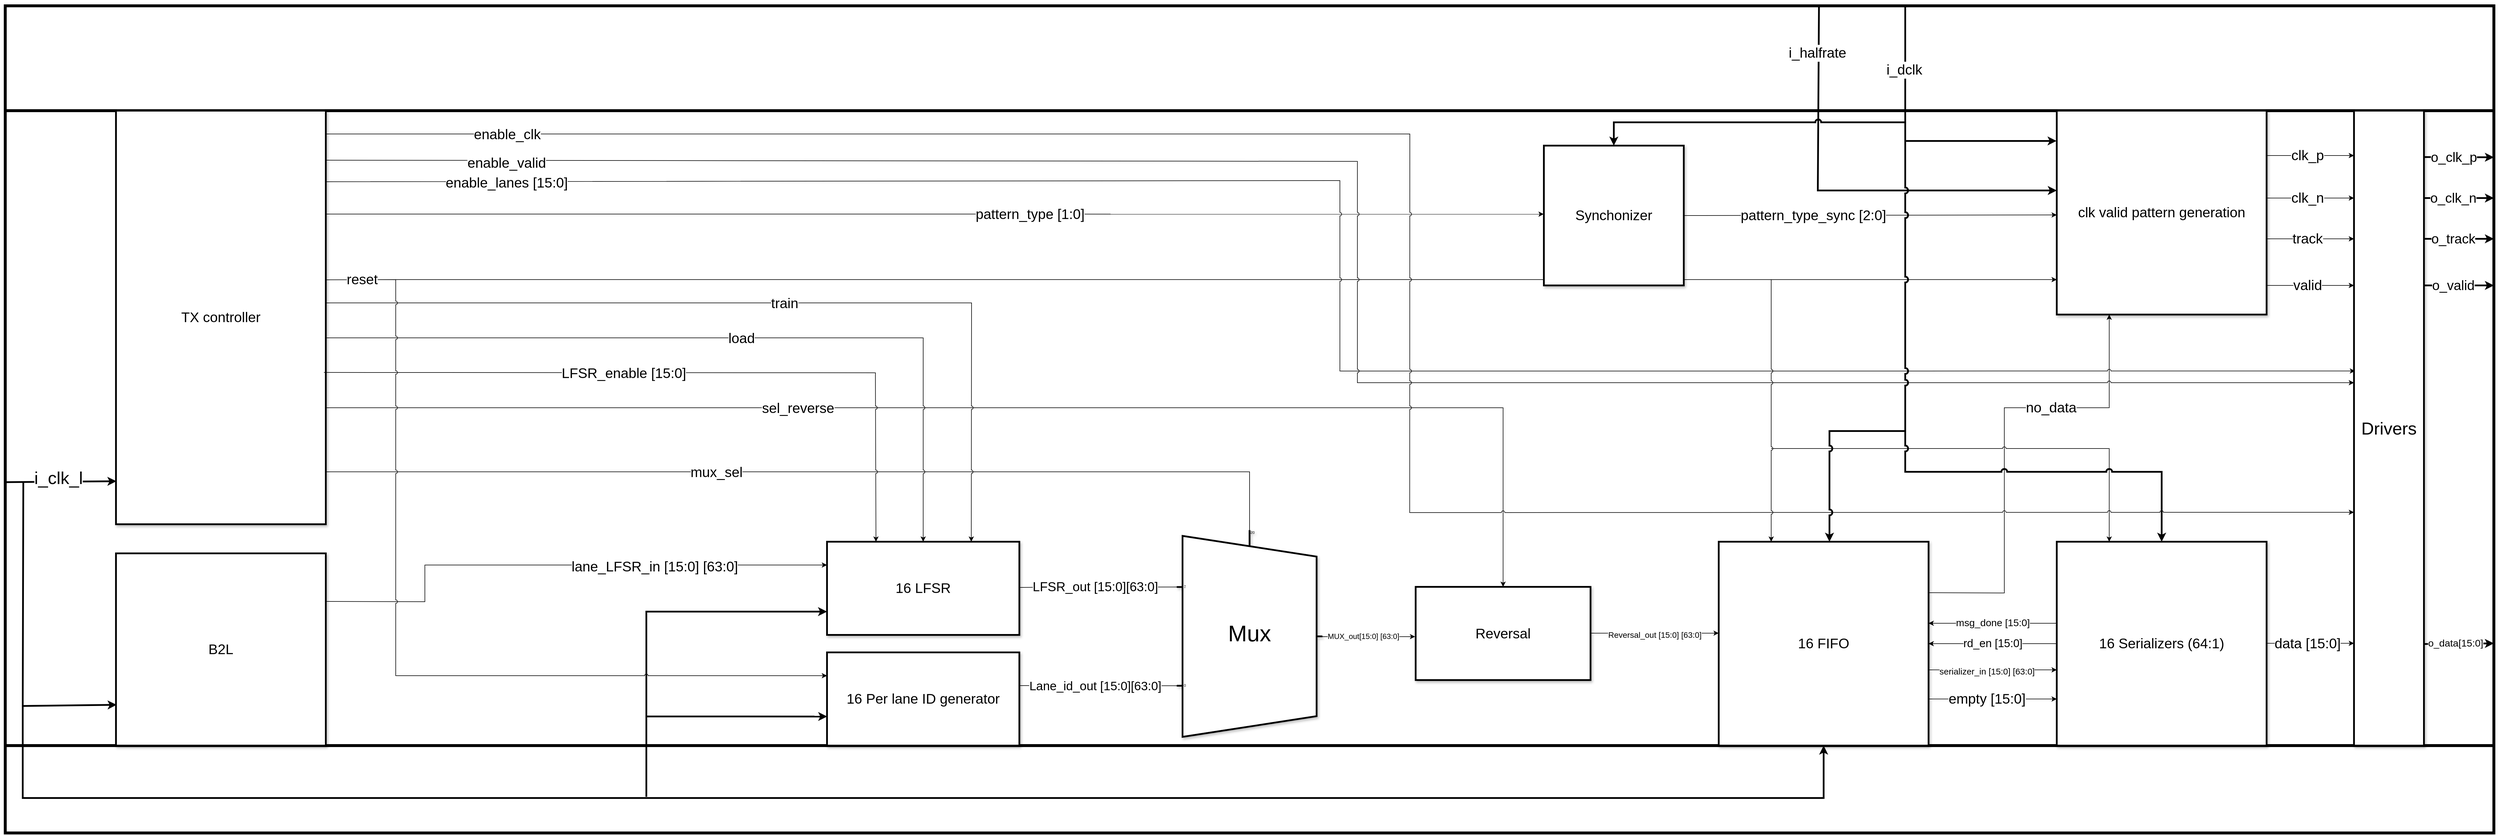
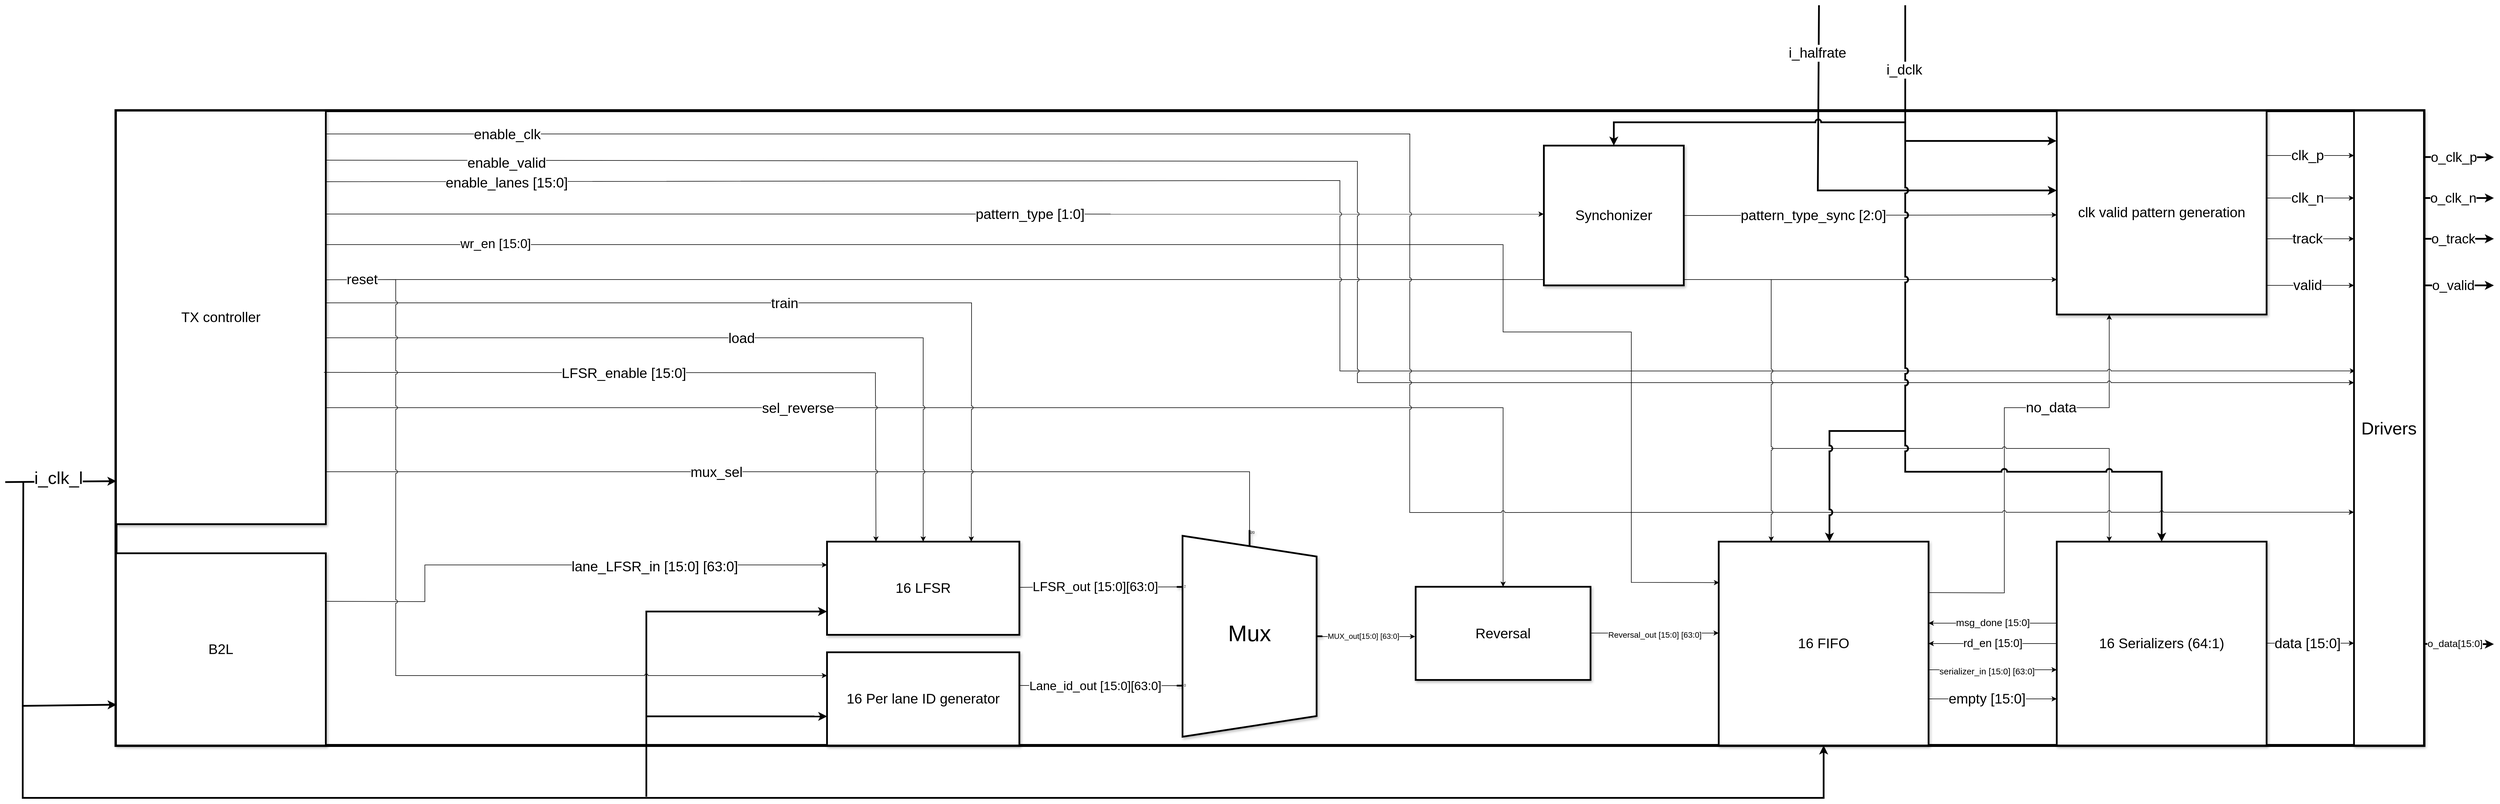
<mxfile host="65bd71144e">
    <diagram id="ARh5Sdh2C6SgtD2m0Pad" name="Page-1">
-         <mxGraphModel dx="3996" dy="2078" grid="1" gridSize="10" guides="1" tooltips="1" connect="1" arrows="1" fold="1" page="1" pageScale="1" pageWidth="850" pageHeight="1100" math="0" shadow="0">
+         <mxGraphModel dx="5179" dy="2878" grid="1" gridSize="10" guides="1" tooltips="1" connect="1" arrows="1" fold="1" page="1" pageScale="1" pageWidth="850" pageHeight="1100" math="0" shadow="0">
            <root>
                <mxCell id="0"/>
                <mxCell id="1" parent="0"/>
-                 <mxCell id="46" value="" style="rounded=0;whiteSpace=wrap;html=1;strokeWidth=5;" parent="1" vertex="1">
-                     <mxGeometry x="-1730" y="-180" width="4270" height="1420" as="geometry"/>
-                 </mxCell>
                <mxCell id="2" value="" style="rounded=0;whiteSpace=wrap;html=1;strokeWidth=5;" parent="1" vertex="1">
-                     <mxGeometry x="-1730" width="4270" height="1090" as="geometry"/>
+                     <mxGeometry x="-1540" width="3960" height="1090" as="geometry"/>
                </mxCell>
                <mxCell id="3" value="&lt;font style=&quot;font-size: 30px;&quot;&gt;Drivers&lt;/font&gt;" style="rounded=0;whiteSpace=wrap;html=1;strokeWidth=3;shadow=1;" parent="1" vertex="1">
                    <mxGeometry x="2300" width="120" height="1090" as="geometry"/>
                </mxCell>
                <mxCell id="4" value="" style="endArrow=classic;html=1;exitX=1.003;exitY=0.073;exitDx=0;exitDy=0;exitPerimeter=0;strokeWidth=3;" parent="1" source="3" edge="1">
                    <mxGeometry width="50" height="50" relative="1" as="geometry">
                        <mxPoint x="2010" y="400" as="sourcePoint"/>
                        <mxPoint x="2540" y="80" as="targetPoint"/>
                    </mxGeometry>
                </mxCell>
                <mxCell id="6" value="&lt;font style=&quot;font-size: 23px;&quot;&gt;o_clk_p&lt;/font&gt;" style="edgeLabel;html=1;align=center;verticalAlign=middle;resizable=0;points=[];" parent="4" vertex="1" connectable="0">
                    <mxGeometry x="0.4869" y="-2" relative="1" as="geometry">
                        <mxPoint x="-39" y="-2" as="offset"/>
                    </mxGeometry>
                </mxCell>
                <mxCell id="7" value="" style="endArrow=classic;html=1;strokeWidth=3;" parent="1" edge="1">
                    <mxGeometry width="50" height="50" relative="1" as="geometry">
                        <mxPoint x="2420" y="150" as="sourcePoint"/>
                        <mxPoint x="2540" y="150" as="targetPoint"/>
                    </mxGeometry>
                </mxCell>
                <mxCell id="8" value="&lt;font style=&quot;font-size: 23px;&quot;&gt;o_clk_n&lt;/font&gt;" style="edgeLabel;html=1;align=center;verticalAlign=middle;resizable=0;points=[];" parent="7" vertex="1" connectable="0">
                    <mxGeometry x="0.4869" y="-2" relative="1" as="geometry">
                        <mxPoint x="-39" y="-2" as="offset"/>
                    </mxGeometry>
                </mxCell>
                <mxCell id="9" value="" style="endArrow=classic;html=1;exitX=1.003;exitY=0.073;exitDx=0;exitDy=0;exitPerimeter=0;strokeWidth=3;" parent="1" edge="1">
                    <mxGeometry width="50" height="50" relative="1" as="geometry">
                        <mxPoint x="2420" y="220" as="sourcePoint"/>
                        <mxPoint x="2540" y="220" as="targetPoint"/>
                    </mxGeometry>
                </mxCell>
                <mxCell id="10" value="&lt;font style=&quot;font-size: 23px;&quot;&gt;o_track&lt;/font&gt;" style="edgeLabel;html=1;align=center;verticalAlign=middle;resizable=0;points=[];" parent="9" vertex="1" connectable="0">
                    <mxGeometry x="0.4869" y="-2" relative="1" as="geometry">
                        <mxPoint x="-39" y="-2" as="offset"/>
                    </mxGeometry>
                </mxCell>
-                 <mxCell id="11" value="" style="endArrow=classic;html=1;entryX=1;entryY=0.839;entryDx=0;entryDy=0;entryPerimeter=0;exitX=0.994;exitY=0.852;exitDx=0;exitDy=0;exitPerimeter=0;strokeWidth=3;" parent="1" target="2" edge="1">
+                 <mxCell id="11" value="" style="endArrow=classic;html=1;exitX=0.994;exitY=0.852;exitDx=0;exitDy=0;exitPerimeter=0;strokeWidth=3;" parent="1" edge="1">
                    <mxGeometry width="50" height="50" relative="1" as="geometry">
                        <mxPoint x="2419.2799999999997" y="915.6800000000003" as="sourcePoint"/>
-                         <mxPoint x="2550" y="913" as="targetPoint"/>
+                         <mxPoint x="2540" y="916" as="targetPoint"/>
                    </mxGeometry>
                </mxCell>
                <mxCell id="12" value="&lt;font style=&quot;font-size: 17px;&quot;&gt;o_data[15:0]&lt;/font&gt;" style="edgeLabel;html=1;align=center;verticalAlign=middle;resizable=0;points=[];" parent="11" vertex="1" connectable="0">
                    <mxGeometry x="0.4869" y="-2" relative="1" as="geometry">
                        <mxPoint x="-36" y="-2" as="offset"/>
                    </mxGeometry>
                </mxCell>
                <mxCell id="18" value="&lt;font style=&quot;font-size: 24px;&quot;&gt;clk valid pattern generation&lt;/font&gt;" style="rounded=0;whiteSpace=wrap;html=1;strokeWidth=3;fillColor=#FFFFFF;shadow=1;" parent="1" vertex="1">
                    <mxGeometry x="1790" width="360" height="350" as="geometry"/>
                </mxCell>
                <mxCell id="19" value="" style="endArrow=classic;html=1;exitX=1.003;exitY=0.073;exitDx=0;exitDy=0;exitPerimeter=0;strokeWidth=3;" parent="1" edge="1">
                    <mxGeometry width="50" height="50" relative="1" as="geometry">
                        <mxPoint x="2419" y="300" as="sourcePoint"/>
                        <mxPoint x="2540" y="300" as="targetPoint"/>
                    </mxGeometry>
                </mxCell>
                <mxCell id="20" value="&lt;font style=&quot;font-size: 23px;&quot;&gt;o_valid&lt;/font&gt;" style="edgeLabel;html=1;align=center;verticalAlign=middle;resizable=0;points=[];" parent="19" vertex="1" connectable="0">
                    <mxGeometry x="0.4869" y="-2" relative="1" as="geometry">
                        <mxPoint x="-39" y="-2" as="offset"/>
                    </mxGeometry>
                </mxCell>
                <mxCell id="21" value="" style="endArrow=classic;html=1;entryX=1;entryY=1;entryDx=0;entryDy=0;exitX=0;exitY=1;exitDx=0;exitDy=0;rounded=0;strokeColor=default;strokeWidth=1;align=center;verticalAlign=middle;fontFamily=Helvetica;fontSize=11;fontColor=default;labelBackgroundColor=default;curved=0;" parent="1" edge="1">
                    <mxGeometry width="50" height="50" relative="1" as="geometry">
                        <mxPoint x="2150" y="77" as="sourcePoint"/>
                        <mxPoint x="2300" y="77" as="targetPoint"/>
                    </mxGeometry>
                </mxCell>
                <mxCell id="23" value="&lt;font style=&quot;font-size: 24px;&quot;&gt;clk_p&lt;/font&gt;" style="edgeLabel;html=1;align=center;verticalAlign=middle;resizable=0;points=[];rounded=0;strokeColor=default;strokeWidth=3;fontFamily=Helvetica;fontSize=11;fontColor=default;labelBackgroundColor=default;" parent="21" vertex="1" connectable="0">
                    <mxGeometry x="-0.4867" relative="1" as="geometry">
                        <mxPoint x="31" as="offset"/>
                    </mxGeometry>
                </mxCell>
                <mxCell id="24" value="" style="endArrow=classic;html=1;entryX=1;entryY=1;entryDx=0;entryDy=0;exitX=0;exitY=1;exitDx=0;exitDy=0;rounded=0;strokeColor=default;strokeWidth=1;align=center;verticalAlign=middle;fontFamily=Helvetica;fontSize=11;fontColor=default;labelBackgroundColor=default;curved=0;" parent="1" edge="1">
                    <mxGeometry width="50" height="50" relative="1" as="geometry">
                        <mxPoint x="2150" y="150" as="sourcePoint"/>
                        <mxPoint x="2300" y="150" as="targetPoint"/>
                    </mxGeometry>
                </mxCell>
                <mxCell id="25" value="&lt;font style=&quot;font-size: 24px;&quot;&gt;clk_n&lt;/font&gt;" style="edgeLabel;html=1;align=center;verticalAlign=middle;resizable=0;points=[];rounded=0;strokeColor=default;strokeWidth=3;fontFamily=Helvetica;fontSize=11;fontColor=default;labelBackgroundColor=default;" parent="24" vertex="1" connectable="0">
                    <mxGeometry x="-0.4867" relative="1" as="geometry">
                        <mxPoint x="31" as="offset"/>
                    </mxGeometry>
                </mxCell>
                <mxCell id="26" value="" style="endArrow=classic;html=1;entryX=1;entryY=1;entryDx=0;entryDy=0;exitX=0;exitY=1;exitDx=0;exitDy=0;rounded=0;strokeColor=default;strokeWidth=1;align=center;verticalAlign=middle;fontFamily=Helvetica;fontSize=11;fontColor=default;labelBackgroundColor=default;curved=0;" parent="1" edge="1">
                    <mxGeometry width="50" height="50" relative="1" as="geometry">
                        <mxPoint x="2150" y="220" as="sourcePoint"/>
                        <mxPoint x="2300" y="220" as="targetPoint"/>
                    </mxGeometry>
                </mxCell>
                <mxCell id="27" value="&lt;font style=&quot;font-size: 24px;&quot;&gt;track&lt;/font&gt;" style="edgeLabel;html=1;align=center;verticalAlign=middle;resizable=0;points=[];rounded=0;strokeColor=default;strokeWidth=3;fontFamily=Helvetica;fontSize=11;fontColor=default;labelBackgroundColor=default;" parent="26" vertex="1" connectable="0">
                    <mxGeometry x="-0.4867" relative="1" as="geometry">
                        <mxPoint x="31" as="offset"/>
                    </mxGeometry>
                </mxCell>
                <mxCell id="28" value="" style="endArrow=classic;html=1;entryX=1;entryY=1;entryDx=0;entryDy=0;exitX=0;exitY=1;exitDx=0;exitDy=0;rounded=0;strokeColor=default;strokeWidth=1;align=center;verticalAlign=middle;fontFamily=Helvetica;fontSize=11;fontColor=default;labelBackgroundColor=default;curved=0;" parent="1" edge="1">
                    <mxGeometry width="50" height="50" relative="1" as="geometry">
                        <mxPoint x="2150" y="300" as="sourcePoint"/>
                        <mxPoint x="2300" y="300" as="targetPoint"/>
                    </mxGeometry>
                </mxCell>
                <mxCell id="29" value="&lt;font style=&quot;font-size: 24px;&quot;&gt;valid&lt;/font&gt;" style="edgeLabel;html=1;align=center;verticalAlign=middle;resizable=0;points=[];rounded=0;strokeColor=default;strokeWidth=3;fontFamily=Helvetica;fontSize=11;fontColor=default;labelBackgroundColor=default;" parent="28" vertex="1" connectable="0">
                    <mxGeometry x="-0.4867" relative="1" as="geometry">
                        <mxPoint x="31" as="offset"/>
                    </mxGeometry>
                </mxCell>
                <mxCell id="31" value="&lt;font style=&quot;font-size: 24px;&quot;&gt;16 Serializers (64:1)&lt;/font&gt;" style="rounded=0;whiteSpace=wrap;html=1;strokeWidth=3;fillColor=#FFFFFF;shadow=1;" parent="1" vertex="1">
                    <mxGeometry x="1790" y="740" width="360" height="350" as="geometry"/>
                </mxCell>
                <mxCell id="33" value="" style="endArrow=classic;html=1;entryX=1;entryY=1;entryDx=0;entryDy=0;exitX=0;exitY=1;exitDx=0;exitDy=0;rounded=0;strokeColor=default;strokeWidth=1;align=center;verticalAlign=middle;fontFamily=Helvetica;fontSize=11;fontColor=default;labelBackgroundColor=default;curved=0;" parent="1" edge="1">
                    <mxGeometry width="50" height="50" relative="1" as="geometry">
                        <mxPoint x="2150" y="914.41" as="sourcePoint"/>
                        <mxPoint x="2300" y="914.41" as="targetPoint"/>
                    </mxGeometry>
                </mxCell>
                <mxCell id="34" value="&lt;font style=&quot;font-size: 24px;&quot;&gt;data [15:0]&lt;/font&gt;" style="edgeLabel;html=1;align=center;verticalAlign=middle;resizable=0;points=[];rounded=0;strokeColor=default;strokeWidth=3;fontFamily=Helvetica;fontSize=11;fontColor=default;labelBackgroundColor=default;" parent="33" vertex="1" connectable="0">
                    <mxGeometry x="-0.4867" relative="1" as="geometry">
                        <mxPoint x="31" as="offset"/>
                    </mxGeometry>
                </mxCell>
                <mxCell id="35" value="&lt;font style=&quot;font-size: 39px;&quot;&gt;Mux&lt;/font&gt;" style="shadow=1;dashed=0;align=center;html=1;strokeWidth=3;shape=mxgraph.electrical.abstract.mux2;whiteSpace=wrap;flipV=1;" parent="1" vertex="1">
                    <mxGeometry x="280" y="720" width="250" height="355" as="geometry"/>
                </mxCell>
                <mxCell id="36" value="&lt;font style=&quot;font-size: 24px;&quot;&gt;16 LFSR&lt;/font&gt;" style="rounded=0;whiteSpace=wrap;html=1;strokeWidth=3;fillColor=#FFFFFF;shadow=1;" parent="1" vertex="1">
                    <mxGeometry x="-320" y="740" width="330" height="160" as="geometry"/>
                </mxCell>
                <mxCell id="37" value="&lt;font style=&quot;font-size: 24px;&quot;&gt;16 Per lane ID generator&lt;/font&gt;" style="rounded=0;whiteSpace=wrap;html=1;strokeWidth=3;fillColor=#FFFFFF;shadow=1;" parent="1" vertex="1">
                    <mxGeometry x="-320" y="930" width="330" height="160" as="geometry"/>
                </mxCell>
                <mxCell id="38" value="&lt;font style=&quot;font-size: 24px;&quot;&gt;B2L&lt;/font&gt;" style="rounded=0;whiteSpace=wrap;html=1;strokeWidth=3;fillColor=#FFFFFF;shadow=1;" parent="1" vertex="1">
                    <mxGeometry x="-1540" y="760" width="360" height="330" as="geometry"/>
                </mxCell>
                <mxCell id="40" value="&lt;font style=&quot;font-size: 24px;&quot;&gt;TX controller&lt;/font&gt;" style="rounded=0;whiteSpace=wrap;html=1;strokeWidth=3;fillColor=#FFFFFF;shadow=1;" parent="1" vertex="1">
                    <mxGeometry x="-1540" width="360" height="710" as="geometry"/>
                </mxCell>
                <mxCell id="43" value="&lt;font style=&quot;font-size: 24px;&quot;&gt;16 FIFO&lt;/font&gt;" style="rounded=0;whiteSpace=wrap;html=1;strokeWidth=3;fillColor=#FFFFFF;shadow=1;" parent="1" vertex="1">
                    <mxGeometry x="1210" y="740" width="360" height="350" as="geometry"/>
                </mxCell>
                <mxCell id="47" value="" style="endArrow=classic;html=1;entryX=-0.001;entryY=0.257;entryDx=0;entryDy=0;exitX=0;exitY=0;exitDx=0;exitDy=0;rounded=0;curved=0;strokeWidth=3;entryPerimeter=0;" parent="1" edge="1">
                    <mxGeometry width="50" height="50" relative="1" as="geometry">
                        <mxPoint x="1530" y="-181" as="sourcePoint"/>
                        <mxPoint x="1789.6400000000003" y="51.95000000000027" as="targetPoint"/>
                        <Array as="points">
                            <mxPoint x="1530" y="52"/>
                        </Array>
                    </mxGeometry>
                </mxCell>
                <mxCell id="49" value="&lt;font style=&quot;font-size: 24px;&quot;&gt;i_dclk&lt;/font&gt;" style="edgeLabel;html=1;align=center;verticalAlign=middle;resizable=0;points=[];" parent="47" vertex="1" connectable="0">
                    <mxGeometry x="-0.5519" y="-2" relative="1" as="geometry">
                        <mxPoint as="offset"/>
                    </mxGeometry>
                </mxCell>
                <mxCell id="50" value="" style="endArrow=classic;html=1;entryX=1;entryY=1;entryDx=0;entryDy=0;exitX=0;exitY=0;exitDx=0;exitDy=0;rounded=0;curved=0;strokeWidth=3;" parent="1" edge="1">
                    <mxGeometry width="50" height="50" relative="1" as="geometry">
                        <mxPoint x="1382" y="-181" as="sourcePoint"/>
                        <mxPoint x="1790" y="136.99999999999977" as="targetPoint"/>
                        <Array as="points">
                            <mxPoint x="1380" y="137"/>
                        </Array>
                    </mxGeometry>
                </mxCell>
                <mxCell id="51" value="&lt;font style=&quot;font-size: 24px;&quot;&gt;i_halfrate&lt;/font&gt;" style="edgeLabel;html=1;align=center;verticalAlign=middle;resizable=0;points=[];" parent="50" vertex="1" connectable="0">
                    <mxGeometry x="-0.5519" y="-2" relative="1" as="geometry">
                        <mxPoint y="-81" as="offset"/>
                    </mxGeometry>
                </mxCell>
                <mxCell id="53" value="" style="endArrow=classic;html=1;entryX=0.25;entryY=1;entryDx=0;entryDy=0;exitX=1;exitY=0.25;exitDx=0;exitDy=0;rounded=0;curved=0;strokeColor=default;strokeWidth=1;align=center;verticalAlign=middle;fontFamily=Helvetica;fontSize=11;fontColor=default;labelBackgroundColor=default;" parent="1" source="43" target="18" edge="1">
                    <mxGeometry width="50" height="50" relative="1" as="geometry">
                        <mxPoint x="1590" y="850" as="sourcePoint"/>
                        <mxPoint x="1640" y="800" as="targetPoint"/>
                        <Array as="points">
                            <mxPoint x="1700" y="828"/>
                            <mxPoint x="1700" y="510"/>
                            <mxPoint x="1880" y="510"/>
                        </Array>
                    </mxGeometry>
                </mxCell>
                <mxCell id="55" value="&lt;font style=&quot;font-size: 24px;&quot;&gt;no_data&lt;/font&gt;" style="edgeLabel;html=1;align=center;verticalAlign=middle;resizable=0;points=[];rounded=0;strokeColor=default;strokeWidth=3;fontFamily=Helvetica;fontSize=11;fontColor=default;labelBackgroundColor=default;" parent="53" vertex="1" connectable="0">
                    <mxGeometry x="0.3863" y="1" relative="1" as="geometry">
                        <mxPoint x="-18" y="1" as="offset"/>
                    </mxGeometry>
                </mxCell>
                <mxCell id="57" value="" style="endArrow=classic;html=1;exitX=1;exitY=0.5;exitDx=0;exitDy=0;entryX=1;entryY=1;entryDx=0;entryDy=0;rounded=0;strokeColor=default;strokeWidth=1;align=center;verticalAlign=middle;fontFamily=Helvetica;fontSize=11;fontColor=default;labelBackgroundColor=default;curved=0;" parent="1" source="44" edge="1">
                    <mxGeometry width="50" height="50" relative="1" as="geometry">
                        <mxPoint x="1510" y="280" as="sourcePoint"/>
                        <mxPoint x="1790" y="179" as="targetPoint"/>
                    </mxGeometry>
                </mxCell>
                <mxCell id="59" value="&lt;font style=&quot;font-size: 24px;&quot;&gt;pattern_type_sync [2:0]&lt;/font&gt;" style="edgeLabel;html=1;align=center;verticalAlign=middle;resizable=0;points=[];rounded=0;strokeColor=default;strokeWidth=3;fontFamily=Helvetica;fontSize=11;fontColor=default;labelBackgroundColor=default;" parent="57" vertex="1" connectable="0">
                    <mxGeometry x="-0.3073" relative="1" as="geometry">
                        <mxPoint as="offset"/>
                    </mxGeometry>
                </mxCell>
                <mxCell id="70" value="" style="endArrow=classic;html=1;exitX=0.5;exitY=0;exitDx=0;exitDy=0;rounded=0;curved=0;strokeColor=default;strokeWidth=3;align=center;verticalAlign=middle;fontFamily=Helvetica;fontSize=11;fontColor=default;labelBackgroundColor=default;entryX=0.5;entryY=0;entryDx=0;entryDy=0;jumpStyle=arc;" parent="1" target="44" edge="1">
                    <mxGeometry width="50" height="50" relative="1" as="geometry">
                        <mxPoint x="1530" y="20" as="sourcePoint"/>
                        <mxPoint x="1300" y="20" as="targetPoint"/>
                        <Array as="points">
                            <mxPoint x="1030" y="20"/>
                        </Array>
                    </mxGeometry>
                </mxCell>
                <mxCell id="72" value="" style="endArrow=classic;html=1;entryX=1;entryY=0.5;entryDx=0;entryDy=0;exitX=0;exitY=0.5;exitDx=0;exitDy=0;rounded=0;strokeColor=default;strokeWidth=1;align=center;verticalAlign=middle;fontFamily=Helvetica;fontSize=11;fontColor=default;labelBackgroundColor=default;curved=0;" parent="1" source="31" target="43" edge="1">
                    <mxGeometry width="50" height="50" relative="1" as="geometry">
                        <mxPoint x="1730" y="870" as="sourcePoint"/>
                        <mxPoint x="1680" y="920" as="targetPoint"/>
                    </mxGeometry>
                </mxCell>
                <mxCell id="74" value="&lt;font style=&quot;font-size: 19px;&quot;&gt;rd_en [15:0]&lt;/font&gt;" style="edgeLabel;html=1;align=center;verticalAlign=middle;resizable=0;points=[];" parent="72" vertex="1" connectable="0">
                    <mxGeometry x="-0.4618" y="-1" relative="1" as="geometry">
                        <mxPoint x="-51" y="1" as="offset"/>
                    </mxGeometry>
                </mxCell>
                <mxCell id="75" value="" style="endArrow=classic;html=1;entryX=1;entryY=0.5;entryDx=0;entryDy=0;exitX=0;exitY=0.5;exitDx=0;exitDy=0;rounded=0;strokeColor=default;strokeWidth=1;align=center;verticalAlign=middle;fontFamily=Helvetica;fontSize=11;fontColor=default;labelBackgroundColor=default;curved=0;" parent="1" edge="1">
                    <mxGeometry width="50" height="50" relative="1" as="geometry">
                        <mxPoint x="1570" y="960" as="sourcePoint"/>
                        <mxPoint x="1790" y="960" as="targetPoint"/>
                    </mxGeometry>
                </mxCell>
                <mxCell id="76" value="&lt;font style=&quot;font-size: 15px;&quot;&gt;serializer_in [15:0] [63:0]&lt;/font&gt;" style="edgeLabel;html=1;align=center;verticalAlign=middle;resizable=0;points=[];" parent="75" vertex="1" connectable="0">
                    <mxGeometry x="-0.4618" y="-1" relative="1" as="geometry">
                        <mxPoint x="41" y="1" as="offset"/>
                    </mxGeometry>
                </mxCell>
                <mxCell id="77" value="" style="endArrow=classic;html=1;entryX=1;entryY=0.5;entryDx=0;entryDy=0;exitX=0;exitY=0.5;exitDx=0;exitDy=0;rounded=0;strokeColor=default;strokeWidth=1;align=center;verticalAlign=middle;fontFamily=Helvetica;fontSize=11;fontColor=default;labelBackgroundColor=default;curved=0;" parent="1" edge="1">
                    <mxGeometry width="50" height="50" relative="1" as="geometry">
                        <mxPoint x="1570" y="1010" as="sourcePoint"/>
                        <mxPoint x="1790" y="1010" as="targetPoint"/>
                    </mxGeometry>
                </mxCell>
                <mxCell id="78" value="&lt;font style=&quot;font-size: 24px;&quot;&gt;empty [15:0]&lt;/font&gt;" style="edgeLabel;html=1;align=center;verticalAlign=middle;resizable=0;points=[];" parent="77" vertex="1" connectable="0">
                    <mxGeometry x="-0.4618" y="-1" relative="1" as="geometry">
                        <mxPoint x="41" y="-1" as="offset"/>
                    </mxGeometry>
                </mxCell>
                <mxCell id="79" value="" style="endArrow=classic;html=1;entryX=1;entryY=0.5;entryDx=0;entryDy=0;exitX=0;exitY=0.5;exitDx=0;exitDy=0;rounded=0;strokeColor=default;strokeWidth=1;align=center;verticalAlign=middle;fontFamily=Helvetica;fontSize=11;fontColor=default;labelBackgroundColor=default;curved=0;" parent="1" edge="1">
                    <mxGeometry width="50" height="50" relative="1" as="geometry">
                        <mxPoint x="1790" y="880" as="sourcePoint"/>
                        <mxPoint x="1570" y="880" as="targetPoint"/>
                    </mxGeometry>
                </mxCell>
                <mxCell id="80" value="&lt;font style=&quot;font-size: 17px;&quot;&gt;msg_done [15:0]&lt;/font&gt;" style="edgeLabel;html=1;align=center;verticalAlign=middle;resizable=0;points=[];" parent="79" vertex="1" connectable="0">
                    <mxGeometry x="-0.4618" y="-1" relative="1" as="geometry">
                        <mxPoint x="-51" y="1" as="offset"/>
                    </mxGeometry>
                </mxCell>
                <mxCell id="81" value="&lt;font style=&quot;font-size: 24px;&quot;&gt;Reversal&lt;/font&gt;" style="rounded=0;whiteSpace=wrap;html=1;strokeWidth=3;fillColor=#FFFFFF;shadow=1;" parent="1" vertex="1">
                    <mxGeometry x="690" y="817.5" width="300" height="160" as="geometry"/>
                </mxCell>
                <mxCell id="82" value="" style="endArrow=classic;html=1;entryX=1;entryY=0.5;entryDx=0;entryDy=0;exitX=0;exitY=0.5;exitDx=0;exitDy=0;rounded=0;strokeColor=default;strokeWidth=1;align=center;verticalAlign=middle;fontFamily=Helvetica;fontSize=11;fontColor=default;labelBackgroundColor=default;curved=0;" parent="1" edge="1">
                    <mxGeometry width="50" height="50" relative="1" as="geometry">
                        <mxPoint x="990" y="896.94" as="sourcePoint"/>
                        <mxPoint x="1210" y="896.94" as="targetPoint"/>
                    </mxGeometry>
                </mxCell>
                <mxCell id="83" value="&lt;font style=&quot;font-size: 14px;&quot;&gt;Reversal_out [15:0] [63:0]&lt;/font&gt;" style="edgeLabel;html=1;align=center;verticalAlign=middle;resizable=0;points=[];" parent="82" vertex="1" connectable="0">
                    <mxGeometry x="-0.4618" y="-1" relative="1" as="geometry">
                        <mxPoint x="51" y="2" as="offset"/>
                    </mxGeometry>
                </mxCell>
                <mxCell id="86" value="" style="endArrow=classic;html=1;entryX=-0.003;entryY=0.534;entryDx=0;entryDy=0;exitX=0;exitY=0.5;exitDx=0;exitDy=0;rounded=0;strokeColor=default;strokeWidth=1;align=center;verticalAlign=middle;fontFamily=Helvetica;fontSize=11;fontColor=default;labelBackgroundColor=default;curved=0;entryPerimeter=0;" parent="1" target="81" edge="1">
                    <mxGeometry width="50" height="50" relative="1" as="geometry">
                        <mxPoint x="530" y="902.94" as="sourcePoint"/>
                        <mxPoint x="750" y="902.94" as="targetPoint"/>
                    </mxGeometry>
                </mxCell>
                <mxCell id="87" value="&lt;font style=&quot;font-size: 13px;&quot;&gt;MUX_out[15:0] [63:0]&lt;/font&gt;" style="edgeLabel;html=1;align=center;verticalAlign=middle;resizable=0;points=[];" parent="86" vertex="1" connectable="0">
                    <mxGeometry x="-0.4618" y="-1" relative="1" as="geometry">
                        <mxPoint x="27" y="-2" as="offset"/>
                    </mxGeometry>
                </mxCell>
                <mxCell id="88" value="" style="endArrow=none;html=1;entryX=0;entryY=0.7161971830985915;entryDx=0;entryDy=3;entryPerimeter=0;exitX=1.001;exitY=0.491;exitDx=0;exitDy=0;rounded=0;curved=0;exitPerimeter=0;" parent="1" source="36" target="35" edge="1">
                    <mxGeometry width="50" height="50" relative="1" as="geometry">
                        <mxPoint x="90" y="800" as="sourcePoint"/>
                        <mxPoint x="140" y="750" as="targetPoint"/>
                        <Array as="points">
                            <mxPoint x="70" y="818"/>
                        </Array>
                    </mxGeometry>
                </mxCell>
                <mxCell id="93" value="&lt;font style=&quot;font-size: 22px;&quot;&gt;LFSR_out [15:0][63:0]&lt;/font&gt;" style="edgeLabel;html=1;align=center;verticalAlign=middle;resizable=0;points=[];" parent="88" vertex="1" connectable="0">
                    <mxGeometry x="-0.1569" y="-1" relative="1" as="geometry">
                        <mxPoint x="16" y="-1" as="offset"/>
                    </mxGeometry>
                </mxCell>
                <mxCell id="90" value="" style="endArrow=none;html=1;entryX=0;entryY=0.23873239436619717;entryDx=0;entryDy=3;entryPerimeter=0;exitX=0;exitY=1;exitDx=0;exitDy=0;" parent="1" target="35" edge="1">
                    <mxGeometry width="50" height="50" relative="1" as="geometry">
                        <mxPoint x="10" y="987" as="sourcePoint"/>
                        <mxPoint x="120" y="930" as="targetPoint"/>
                    </mxGeometry>
                </mxCell>
                <mxCell id="94" value="&lt;span style=&quot;color: rgb(0, 0, 0);&quot;&gt;&lt;font style=&quot;font-size: 21px;&quot;&gt;Lane_id_out [15:0][63:0]&lt;/font&gt;&lt;/span&gt;" style="edgeLabel;html=1;align=center;verticalAlign=middle;resizable=0;points=[];" parent="90" vertex="1" connectable="0">
                    <mxGeometry x="-0.4755" relative="1" as="geometry">
                        <mxPoint x="59" as="offset"/>
                    </mxGeometry>
                </mxCell>
                <mxCell id="95" value="" style="endArrow=none;html=1;exitX=0;exitY=1;exitDx=0;exitDy=0;entryX=0.46;entryY=1;entryDx=10;entryDy=0;entryPerimeter=0;rounded=0;curved=0;" parent="1" target="35" edge="1">
                    <mxGeometry width="50" height="50" relative="1" as="geometry">
                        <mxPoint x="-1180" y="620" as="sourcePoint"/>
                        <mxPoint x="-760" y="470" as="targetPoint"/>
                        <Array as="points">
                            <mxPoint x="405" y="620"/>
                        </Array>
                    </mxGeometry>
                </mxCell>
                <mxCell id="96" value="&lt;font style=&quot;font-size: 24px;&quot;&gt;mux_sel&lt;/font&gt;" style="edgeLabel;html=1;align=center;verticalAlign=middle;resizable=0;points=[];" parent="95" vertex="1" connectable="0">
                    <mxGeometry x="-0.1805" y="-1" relative="1" as="geometry">
                        <mxPoint x="-21" as="offset"/>
                    </mxGeometry>
                </mxCell>
                <mxCell id="98" value="" style="endArrow=classic;html=1;exitX=0.995;exitY=0.382;exitDx=0;exitDy=0;exitPerimeter=0;entryX=0.5;entryY=0;entryDx=0;entryDy=0;rounded=0;curved=0;strokeColor=default;strokeWidth=1;align=center;verticalAlign=middle;fontFamily=Helvetica;fontSize=11;fontColor=default;labelBackgroundColor=default;" parent="1" target="81" edge="1">
                    <mxGeometry width="50" height="50" relative="1" as="geometry">
                        <mxPoint x="-1180" y="510" as="sourcePoint"/>
                        <mxPoint x="407" y="610" as="targetPoint"/>
                        <Array as="points">
                            <mxPoint x="840" y="510"/>
                        </Array>
                    </mxGeometry>
                </mxCell>
                <mxCell id="99" value="&lt;font style=&quot;font-size: 24px;&quot;&gt;sel_reverse&lt;/font&gt;" style="edgeLabel;html=1;align=center;verticalAlign=middle;resizable=0;points=[];rounded=0;strokeColor=default;strokeWidth=3;fontFamily=Helvetica;fontSize=11;fontColor=default;labelBackgroundColor=default;" parent="98" vertex="1" connectable="0">
                    <mxGeometry x="-0.1805" y="-1" relative="1" as="geometry">
                        <mxPoint x="-144" as="offset"/>
                    </mxGeometry>
                </mxCell>
                <mxCell id="103" value="" style="endArrow=classic;html=1;entryX=0;entryY=1;entryDx=0;entryDy=0;exitX=0.991;exitY=0.633;exitDx=0;exitDy=0;exitPerimeter=0;rounded=0;curved=0;jumpStyle=arc;" parent="1" source="40" edge="1">
                    <mxGeometry width="50" height="50" relative="1" as="geometry">
                        <mxPoint x="-1160.0000000000002" y="179.99999999999991" as="sourcePoint"/>
                        <mxPoint x="-236" y="740" as="targetPoint"/>
                        <Array as="points">
                            <mxPoint x="-237" y="450"/>
                        </Array>
                    </mxGeometry>
                </mxCell>
                <mxCell id="105" value="&lt;font style=&quot;font-size: 24px;&quot;&gt;LFSR_enable [15:0]&lt;/font&gt;" style="edgeLabel;html=1;align=center;verticalAlign=middle;resizable=0;points=[];" parent="103" vertex="1" connectable="0">
                    <mxGeometry x="-0.1688" y="-1" relative="1" as="geometry">
                        <mxPoint as="offset"/>
                    </mxGeometry>
                </mxCell>
                <mxCell id="106" value="" style="endArrow=classic;html=1;entryX=0.5;entryY=0;entryDx=0;entryDy=0;exitX=0;exitY=1;exitDx=0;exitDy=0;rounded=0;curved=0;jumpStyle=arc;" parent="1" target="36" edge="1">
                    <mxGeometry width="50" height="50" relative="1" as="geometry">
                        <mxPoint x="-1179.9999999999986" y="390" as="sourcePoint"/>
                        <mxPoint x="-550" y="330" as="targetPoint"/>
                        <Array as="points">
                            <mxPoint x="-155" y="390"/>
                        </Array>
                    </mxGeometry>
                </mxCell>
                <mxCell id="110" value="&lt;font style=&quot;font-size: 24px;&quot;&gt;load&lt;/font&gt;" style="edgeLabel;html=1;align=center;verticalAlign=middle;resizable=0;points=[];" parent="106" vertex="1" connectable="0">
                    <mxGeometry x="0.0364" y="-1" relative="1" as="geometry">
                        <mxPoint as="offset"/>
                    </mxGeometry>
                </mxCell>
                <mxCell id="111" value="" style="endArrow=classic;html=1;entryX=0.75;entryY=0;entryDx=0;entryDy=0;exitX=0;exitY=1;exitDx=0;exitDy=0;rounded=0;curved=0;jumpStyle=arc;" parent="1" target="36" edge="1">
                    <mxGeometry width="50" height="50" relative="1" as="geometry">
                        <mxPoint x="-1179.9999999999986" y="330" as="sourcePoint"/>
                        <mxPoint x="-155" y="680" as="targetPoint"/>
                        <Array as="points">
                            <mxPoint x="-72" y="330"/>
                        </Array>
                    </mxGeometry>
                </mxCell>
                <mxCell id="112" value="&lt;font style=&quot;font-size: 24px;&quot;&gt;train&lt;/font&gt;" style="edgeLabel;html=1;align=center;verticalAlign=middle;resizable=0;points=[];" parent="111" vertex="1" connectable="0">
                    <mxGeometry x="0.0364" y="-1" relative="1" as="geometry">
                        <mxPoint as="offset"/>
                    </mxGeometry>
                </mxCell>
                <mxCell id="118" value="" style="endArrow=classic;html=1;entryX=1;entryY=1;entryDx=0;entryDy=0;" parent="1" edge="1">
                    <mxGeometry width="50" height="50" relative="1" as="geometry">
                        <mxPoint x="-1060" y="290" as="sourcePoint"/>
                        <mxPoint x="1790.000000000001" y="290" as="targetPoint"/>
                    </mxGeometry>
                </mxCell>
                <mxCell id="44" value="&lt;font style=&quot;font-size: 24px;&quot;&gt;Synchonizer&lt;/font&gt;" style="rounded=0;whiteSpace=wrap;html=1;strokeWidth=3;fillColor=#FFFFFF;shadow=1;" parent="1" vertex="1">
                    <mxGeometry x="910" y="60" width="240" height="240" as="geometry"/>
                </mxCell>
                <mxCell id="121" value="" style="endArrow=classic;html=1;entryX=0.25;entryY=0;entryDx=0;entryDy=0;rounded=0;curved=0;jumpStyle=arc;" parent="1" target="31" edge="1">
                    <mxGeometry width="50" height="50" relative="1" as="geometry">
                        <mxPoint x="1300" y="580" as="sourcePoint"/>
                        <mxPoint x="1770" y="530" as="targetPoint"/>
                        <Array as="points">
                            <mxPoint x="1880" y="580"/>
                        </Array>
                    </mxGeometry>
                </mxCell>
                <mxCell id="67" value="" style="endArrow=classic;html=1;entryX=0.5;entryY=0;entryDx=0;entryDy=0;rounded=0;curved=0;strokeWidth=3;jumpStyle=arc;strokeColor=default;align=center;verticalAlign=middle;fontFamily=Helvetica;fontSize=11;fontColor=default;labelBackgroundColor=default;" parent="1" target="31" edge="1">
                    <mxGeometry width="50" height="50" relative="1" as="geometry">
                        <mxPoint x="1530" y="550" as="sourcePoint"/>
                        <mxPoint x="1970" y="440" as="targetPoint"/>
                        <Array as="points">
                            <mxPoint x="1530" y="620"/>
                            <mxPoint x="1970" y="620"/>
                        </Array>
                    </mxGeometry>
                </mxCell>
                <mxCell id="122" value="" style="endArrow=classic;html=1;entryX=-0.001;entryY=0.49;entryDx=0;entryDy=0;exitX=1;exitY=0.25;exitDx=0;exitDy=0;entryPerimeter=0;" parent="1" source="40" target="44" edge="1">
                    <mxGeometry width="50" height="50" relative="1" as="geometry">
                        <mxPoint x="-710" y="380" as="sourcePoint"/>
                        <mxPoint x="-660" y="330" as="targetPoint"/>
                    </mxGeometry>
                </mxCell>
                <mxCell id="124" value="&lt;font style=&quot;font-size: 24px;&quot;&gt;pattern_type [1:0]&lt;/font&gt;" style="edgeLabel;html=1;align=center;verticalAlign=middle;resizable=0;points=[];" parent="122" vertex="1" connectable="0">
                    <mxGeometry x="0.1556" relative="1" as="geometry">
                        <mxPoint as="offset"/>
                    </mxGeometry>
                </mxCell>
                <mxCell id="125" value="" style="endArrow=classic;html=1;entryX=0.015;entryY=0.41;entryDx=0;entryDy=0;entryPerimeter=0;exitX=0;exitY=0;exitDx=0;exitDy=0;strokeColor=default;rounded=0;curved=0;jumpStyle=arc;" parent="1" target="3" edge="1">
                    <mxGeometry width="50" height="50" relative="1" as="geometry">
                        <mxPoint x="-1179.9999999999986" y="122.00000000000023" as="sourcePoint"/>
                        <mxPoint x="2010" y="500" as="targetPoint"/>
                        <Array as="points">
                            <mxPoint x="560" y="120"/>
                            <mxPoint x="560" y="447"/>
                        </Array>
                    </mxGeometry>
                </mxCell>
                <mxCell id="128" value="&lt;font style=&quot;font-size: 24px;&quot;&gt;enable_lanes [15:0]&lt;/font&gt;" style="edgeLabel;html=1;align=center;verticalAlign=middle;resizable=0;points=[];" parent="125" vertex="1" connectable="0">
                    <mxGeometry x="0.8428" y="-3" relative="1" as="geometry">
                        <mxPoint x="-2873" y="-326" as="offset"/>
                    </mxGeometry>
                </mxCell>
                <mxCell id="129" value="" style="endArrow=classic;html=1;entryX=1;entryY=1;entryDx=0;entryDy=0;exitX=1.002;exitY=0.124;exitDx=0;exitDy=0;exitPerimeter=0;rounded=0;curved=0;jumpStyle=arc;" parent="1" edge="1">
                    <mxGeometry width="50" height="50" relative="1" as="geometry">
                        <mxPoint x="-1179.2800000000002" y="85.03999999999996" as="sourcePoint"/>
                        <mxPoint x="2299.999999999998" y="467" as="targetPoint"/>
                        <Array as="points">
                            <mxPoint x="590" y="87"/>
                            <mxPoint x="590" y="467"/>
                        </Array>
                    </mxGeometry>
                </mxCell>
                <mxCell id="137" value="&lt;font style=&quot;font-size: 24px;&quot;&gt;enable_valid&lt;/font&gt;" style="edgeLabel;html=1;align=center;verticalAlign=middle;resizable=0;points=[];" parent="129" vertex="1" connectable="0">
                    <mxGeometry x="-0.1308" y="-3" relative="1" as="geometry">
                        <mxPoint x="-1368" as="offset"/>
                    </mxGeometry>
                </mxCell>
                <mxCell id="130" value="" style="endArrow=classic;html=1;entryX=0.002;entryY=0.605;entryDx=0;entryDy=0;entryPerimeter=0;exitX=0;exitY=0;exitDx=0;exitDy=0;rounded=0;curved=0;jumpStyle=arc;" parent="1" edge="1">
                    <mxGeometry width="50" height="50" relative="1" as="geometry">
                        <mxPoint x="-1179.9999999999802" y="40" as="sourcePoint"/>
                        <mxPoint x="2300" y="689.4499999999998" as="targetPoint"/>
                        <Array as="points">
                            <mxPoint x="680" y="40"/>
                            <mxPoint x="679.76" y="690"/>
                        </Array>
                    </mxGeometry>
                </mxCell>
                <mxCell id="138" value="&lt;font style=&quot;font-size: 24px;&quot;&gt;enable_clk&lt;/font&gt;" style="edgeLabel;html=1;align=center;verticalAlign=middle;resizable=0;points=[];" parent="130" vertex="1" connectable="0">
                    <mxGeometry x="-0.7993" y="-1" relative="1" as="geometry">
                        <mxPoint x="-104" as="offset"/>
                    </mxGeometry>
                </mxCell>
                <mxCell id="120" value="" style="endArrow=classic;html=1;entryX=0.25;entryY=0;entryDx=0;entryDy=0;jumpStyle=arc;" parent="1" target="43" edge="1">
                    <mxGeometry width="50" height="50" relative="1" as="geometry">
                        <mxPoint x="1300" y="290" as="sourcePoint"/>
                        <mxPoint x="1460" y="480" as="targetPoint"/>
                    </mxGeometry>
                </mxCell>
                <mxCell id="63" value="" style="endArrow=classic;html=1;exitX=0;exitY=1;exitDx=0;exitDy=0;rounded=0;curved=0;strokeWidth=3;jumpStyle=arc;strokeColor=default;align=center;verticalAlign=middle;fontFamily=Helvetica;fontSize=11;fontColor=default;labelBackgroundColor=default;" parent="1" edge="1">
                    <mxGeometry width="50" height="50" relative="1" as="geometry">
                        <mxPoint x="1530" y="40" as="sourcePoint"/>
                        <mxPoint x="1400" y="740" as="targetPoint"/>
                        <Array as="points">
                            <mxPoint x="1530" y="550"/>
                            <mxPoint x="1400" y="550"/>
                        </Array>
                    </mxGeometry>
                </mxCell>
                <mxCell id="139" value="" style="endArrow=classic;html=1;entryX=0.002;entryY=0.896;entryDx=0;entryDy=0;exitX=0;exitY=0.17;exitDx=0;exitDy=0;exitPerimeter=0;entryPerimeter=0;rounded=0;strokeColor=default;strokeWidth=3;align=center;verticalAlign=middle;fontFamily=Helvetica;fontSize=11;fontColor=default;labelBackgroundColor=default;curved=0;" parent="1" target="40" edge="1">
                    <mxGeometry width="50" height="50" relative="1" as="geometry">
                        <mxPoint x="-1730" y="637.8000000000002" as="sourcePoint"/>
                        <mxPoint x="-1540" y="630" as="targetPoint"/>
                    </mxGeometry>
                </mxCell>
                <mxCell id="140" value="&lt;font style=&quot;font-size: 30px;&quot;&gt;i_clk_l&lt;/font&gt;" style="edgeLabel;html=1;align=center;verticalAlign=middle;resizable=0;points=[];" parent="139" vertex="1" connectable="0">
                    <mxGeometry x="0.3883" y="-2" relative="1" as="geometry">
                        <mxPoint x="-42" y="-9" as="offset"/>
                    </mxGeometry>
                </mxCell>
                <mxCell id="141" value="" style="endArrow=classic;html=1;entryX=0.003;entryY=0.788;entryDx=0;entryDy=0;rounded=0;strokeColor=default;strokeWidth=3;align=center;verticalAlign=middle;fontFamily=Helvetica;fontSize=11;fontColor=default;labelBackgroundColor=default;curved=0;entryPerimeter=0;" parent="1" target="38" edge="1">
                    <mxGeometry width="50" height="50" relative="1" as="geometry">
                        <mxPoint x="-1699" y="638" as="sourcePoint"/>
                        <mxPoint x="-1440" y="550" as="targetPoint"/>
                        <Array as="points">
                            <mxPoint x="-1700" y="1022"/>
                        </Array>
                    </mxGeometry>
                </mxCell>
                <mxCell id="143" value="" style="endArrow=classic;html=1;entryX=0.5;entryY=1;entryDx=0;entryDy=0;rounded=0;strokeColor=default;strokeWidth=3;align=center;verticalAlign=middle;fontFamily=Helvetica;fontSize=11;fontColor=default;labelBackgroundColor=default;curved=0;" parent="1" target="43" edge="1">
                    <mxGeometry width="50" height="50" relative="1" as="geometry">
                        <mxPoint x="-1700" y="1020" as="sourcePoint"/>
                        <mxPoint x="940" y="1180" as="targetPoint"/>
                        <Array as="points">
                            <mxPoint x="-1700" y="1180"/>
                            <mxPoint x="1390" y="1180"/>
                        </Array>
                    </mxGeometry>
                </mxCell>
                <mxCell id="144" value="" style="endArrow=classic;html=1;entryX=0;entryY=0.75;entryDx=0;entryDy=0;rounded=0;strokeColor=default;strokeWidth=3;align=center;verticalAlign=middle;fontFamily=Helvetica;fontSize=11;fontColor=default;labelBackgroundColor=default;curved=0;jumpStyle=arc;" parent="1" target="36" edge="1">
                    <mxGeometry width="50" height="50" relative="1" as="geometry">
                        <mxPoint x="-630" y="1178" as="sourcePoint"/>
                        <mxPoint x="-350" y="798.75" as="targetPoint"/>
                        <Array as="points">
                            <mxPoint x="-630" y="860"/>
                        </Array>
                    </mxGeometry>
                </mxCell>
                <mxCell id="146" value="" style="endArrow=classic;html=1;entryX=0.001;entryY=0.688;entryDx=0;entryDy=0;entryPerimeter=0;rounded=0;strokeColor=default;strokeWidth=3;align=center;verticalAlign=middle;fontFamily=Helvetica;fontSize=11;fontColor=default;labelBackgroundColor=default;curved=0;" parent="1" target="37" edge="1">
                    <mxGeometry width="50" height="50" relative="1" as="geometry">
                        <mxPoint x="-630" y="1040" as="sourcePoint"/>
                        <mxPoint x="-410" y="980" as="targetPoint"/>
                    </mxGeometry>
                </mxCell>
                <mxCell id="150" value="" style="endArrow=classic;html=1;entryX=0;entryY=0.25;entryDx=0;entryDy=0;exitX=1;exitY=0.25;exitDx=0;exitDy=0;rounded=0;curved=0;" parent="1" source="38" target="36" edge="1">
                    <mxGeometry width="50" height="50" relative="1" as="geometry">
                        <mxPoint x="-1000" y="1040" as="sourcePoint"/>
                        <mxPoint x="-950" y="990" as="targetPoint"/>
                        <Array as="points">
                            <mxPoint x="-1010" y="843"/>
                            <mxPoint x="-1010" y="780"/>
                        </Array>
                    </mxGeometry>
                </mxCell>
                <mxCell id="152" value="&lt;font style=&quot;font-size: 24px;&quot;&gt;lane_LFSR_in [15:0] [63:0]&lt;/font&gt;" style="edgeLabel;html=1;align=center;verticalAlign=middle;resizable=0;points=[];" parent="150" vertex="1" connectable="0">
                    <mxGeometry x="0.3579" y="-3" relative="1" as="geometry">
                        <mxPoint as="offset"/>
                    </mxGeometry>
                </mxCell>
                <mxCell id="114" value="" style="endArrow=classic;html=1;fontStyle=4;entryX=0;entryY=0.25;entryDx=0;entryDy=0;exitX=1.001;exitY=0.409;exitDx=0;exitDy=0;exitPerimeter=0;rounded=0;curved=0;jumpStyle=arc;" parent="1" source="40" target="37" edge="1">
                    <mxGeometry width="50" height="50" relative="1" as="geometry">
                        <mxPoint x="-330" y="620" as="sourcePoint"/>
                        <mxPoint x="-280" y="570" as="targetPoint"/>
                        <Array as="points">
                            <mxPoint x="-1060" y="290"/>
                            <mxPoint x="-1060" y="970"/>
                        </Array>
                    </mxGeometry>
                </mxCell>
                <mxCell id="117" value="&lt;font style=&quot;font-size: 24px;&quot;&gt;reset&lt;/font&gt;" style="edgeLabel;html=1;align=center;verticalAlign=middle;resizable=0;points=[];" parent="114" vertex="1" connectable="0">
                    <mxGeometry x="-0.9207" relative="1" as="geometry">
                        <mxPoint as="offset"/>
+                     </mxGeometry>
+                 </mxCell>
+                 <mxCell id="153" value="" style="endArrow=classic;html=1;entryX=0.002;entryY=0.201;entryDx=0;entryDy=0;entryPerimeter=0;exitX=0;exitY=0;exitDx=0;exitDy=0;rounded=0;curved=0;" edge="1" parent="1" target="43">
+                     <mxGeometry width="50" height="50" relative="1" as="geometry">
+                         <mxPoint x="-1179.9999999999964" y="230" as="sourcePoint"/>
+                         <mxPoint x="-430" y="590" as="targetPoint"/>
+                         <Array as="points">
+                             <mxPoint x="840" y="230"/>
+                             <mxPoint x="840" y="380"/>
+                             <mxPoint x="1060" y="380"/>
+                             <mxPoint x="1060" y="810"/>
+                         </Array>
+                     </mxGeometry>
+                 </mxCell>
+                 <mxCell id="156" value="&lt;font style=&quot;font-size: 22px;&quot;&gt;wr_en [15:0]&lt;/font&gt;" style="edgeLabel;html=1;align=center;verticalAlign=middle;resizable=0;points=[];" vertex="1" connectable="0" parent="153">
+                     <mxGeometry x="-0.9512" y="1" relative="1" as="geometry">
+                         <mxPoint x="218" as="offset"/>
                    </mxGeometry>
                </mxCell>
            </root>
        </mxGraphModel>
    </diagram>
</mxfile>